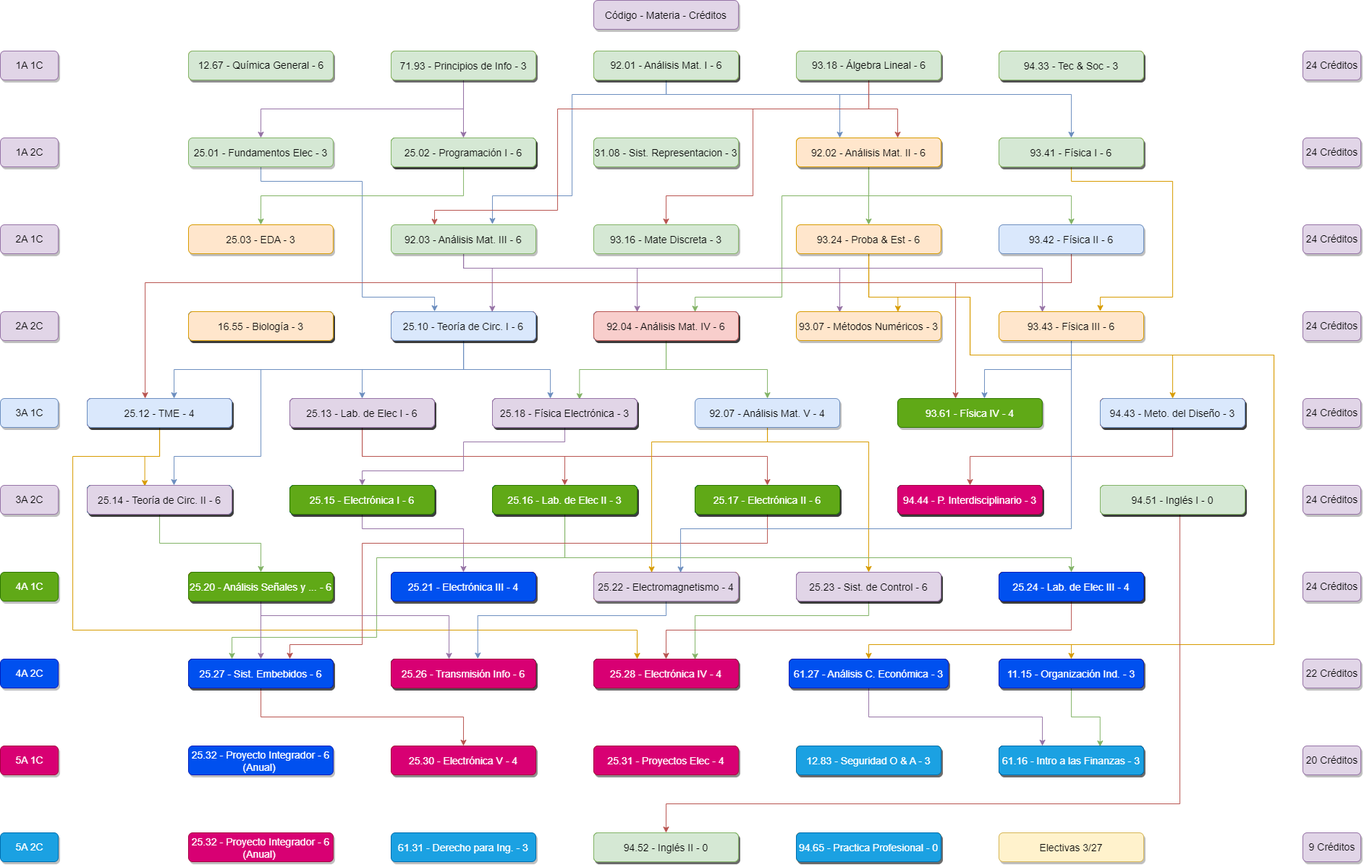
The draw.io diagram K22.drawio.png in juanipla/K22, before a commit. Source tidied: cells renumbered, new cells last; positions are measured from the earlier drawing's top-left corner, leaving out a move shared by most shapes.
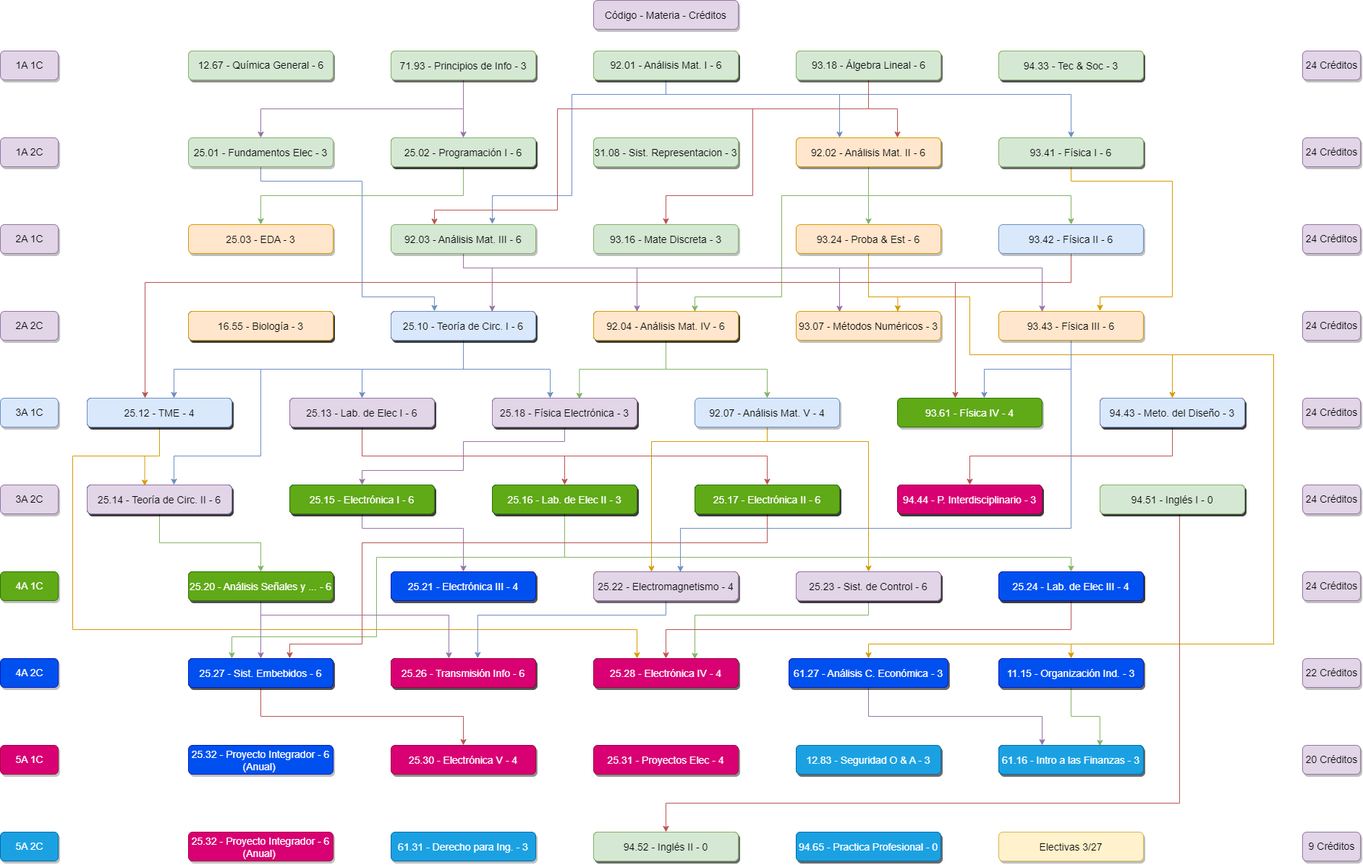
Later version of the same file.

Diff of the diagram source:
```diff
@@ -859,7 +859,7 @@
     <mxCell id="196" value="25.10 - Teoría de Circ. I - 6" style="rounded=1;fillColor=#dae8fc;strokeColor=#6c8ebf;shadow=1;fontStyle=0;fontSize=14;labelBorderColor=none;labelBackgroundColor=none;" parent="1" vertex="1">
       <mxGeometry x="540" y="430" width="200" height="40" as="geometry" />
     </mxCell>
-    <mxCell id="197" value="92.04 - Análisis Mat. IV - 6" style="rounded=1;fillColor=#f8cecc;strokeColor=#b85450;shadow=1;fontStyle=0;fontSize=14;labelBorderColor=none;labelBackgroundColor=none;verticalAlign=middle;" parent="1" vertex="1">
+    <mxCell id="197" value="92.04 - Análisis Mat. IV - 6" style="rounded=1;fillColor=#ffe6cc;strokeColor=#d79b00;shadow=1;fontStyle=0;fontSize=14;labelBorderColor=none;labelBackgroundColor=none;verticalAlign=middle;" parent="1" vertex="1">
       <mxGeometry x="820" y="430" width="200" height="40" as="geometry" />
     </mxCell>
     <mxCell id="198" value="25.18 - Física Electrónica - 3" style="rounded=1;fillColor=#e1d5e7;strokeColor=#9673a6;shadow=1;fontStyle=0;fontSize=14;labelBorderColor=none;labelBackgroundColor=none;verticalAlign=middle;" parent="1" vertex="1">
```
